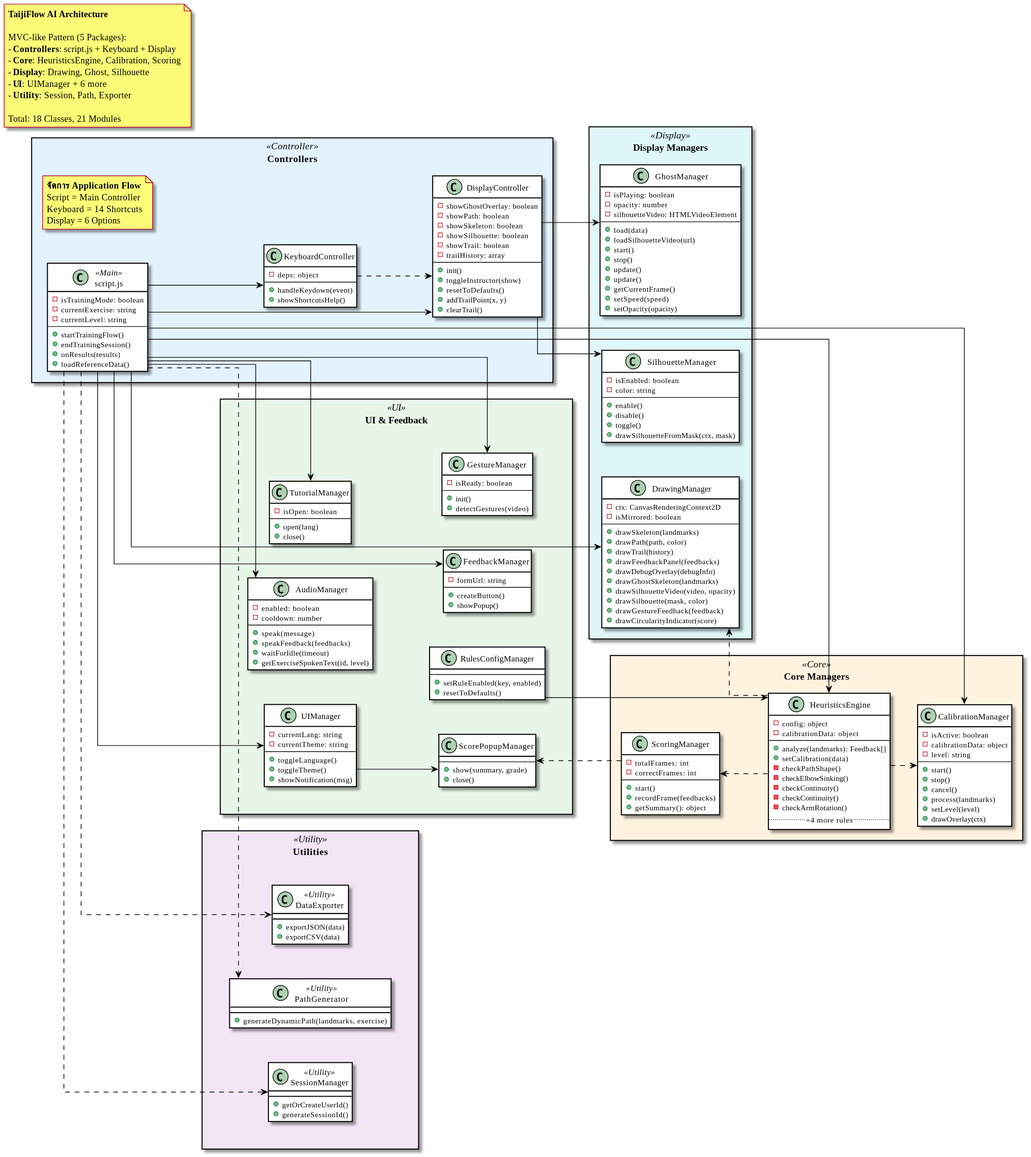
Before: out/docs/diagrams/ClassDiagram/TaijiFlow_Class_Diagram.svg, a diagram exported from PlantUML (vyut/TaijiFlow).
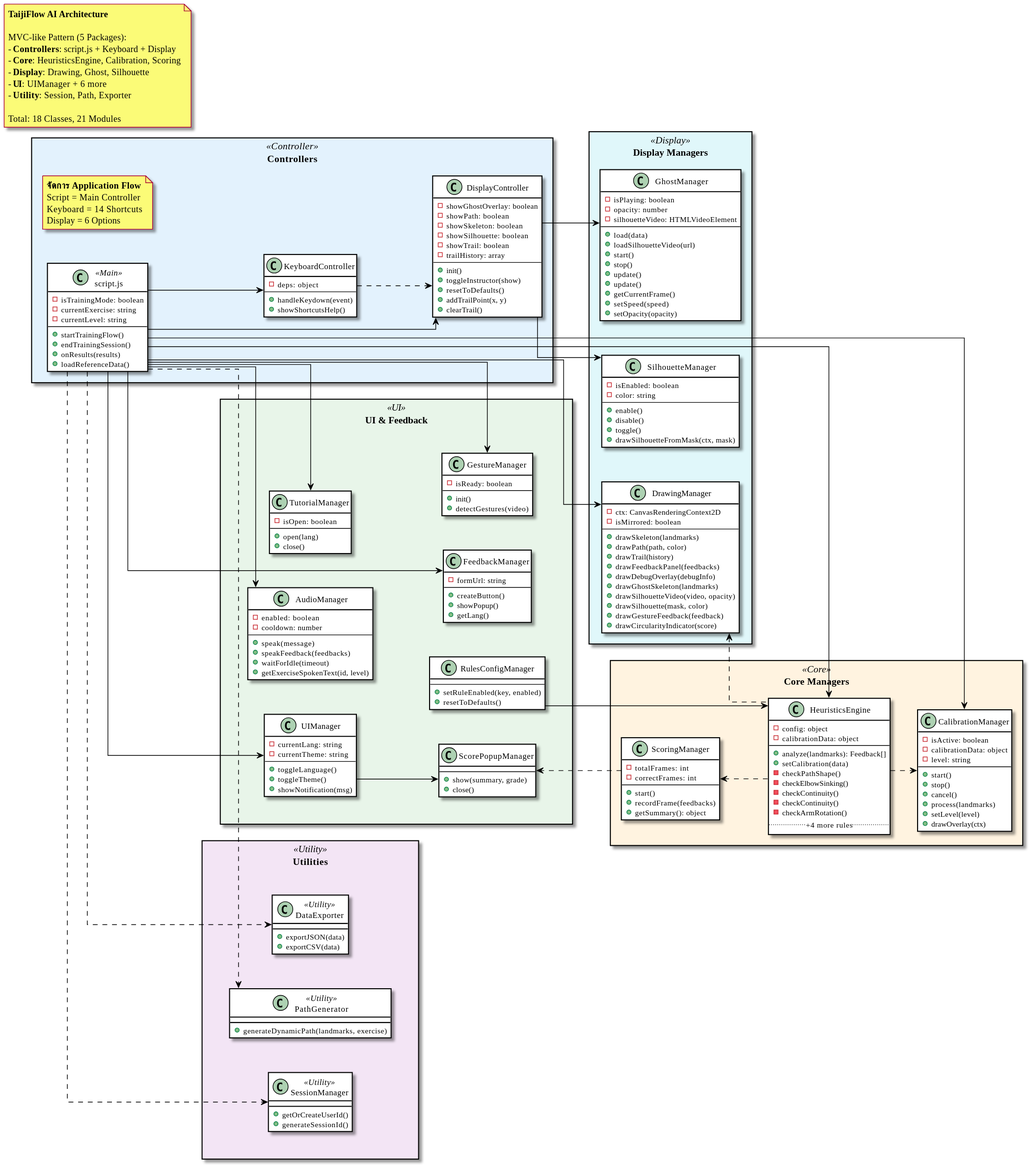
Later version of the same file.

The edit, as a diff of the source:
```diff
@@ -204,6 +204,7 @@
             --
             + createButton()
             + showPopup()
+            + getLang()
         }
     }
 
```
